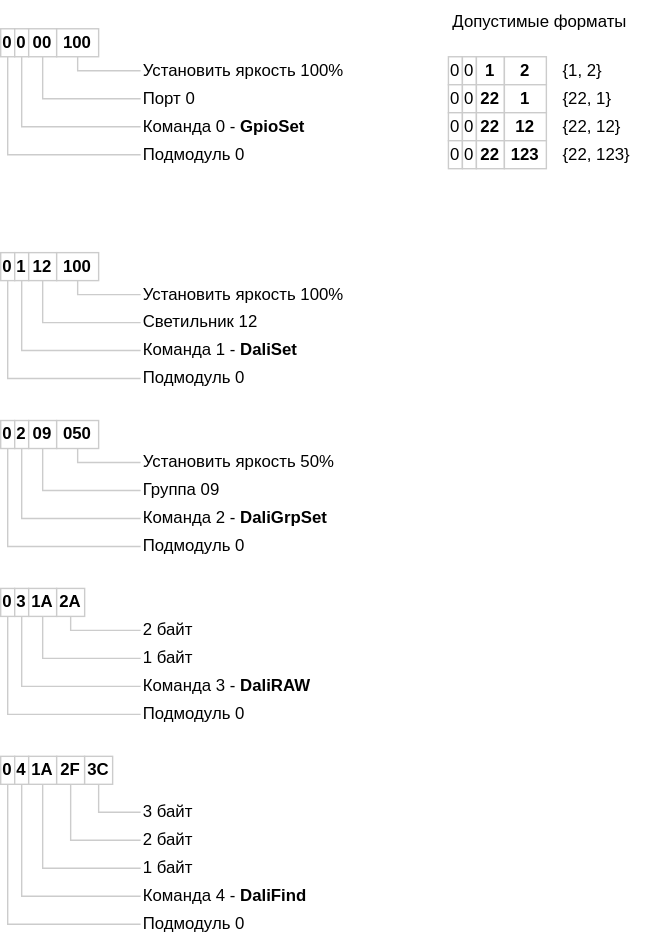
This is docs/light/gpio/direct_command.svg from atitoff/CSH4, a draw.io export, as it was before one commit. Source tidied: cells renumbered, new cells last; positions are measured from the earlier drawing's top-left corner, leaving out a move shared by most shapes.
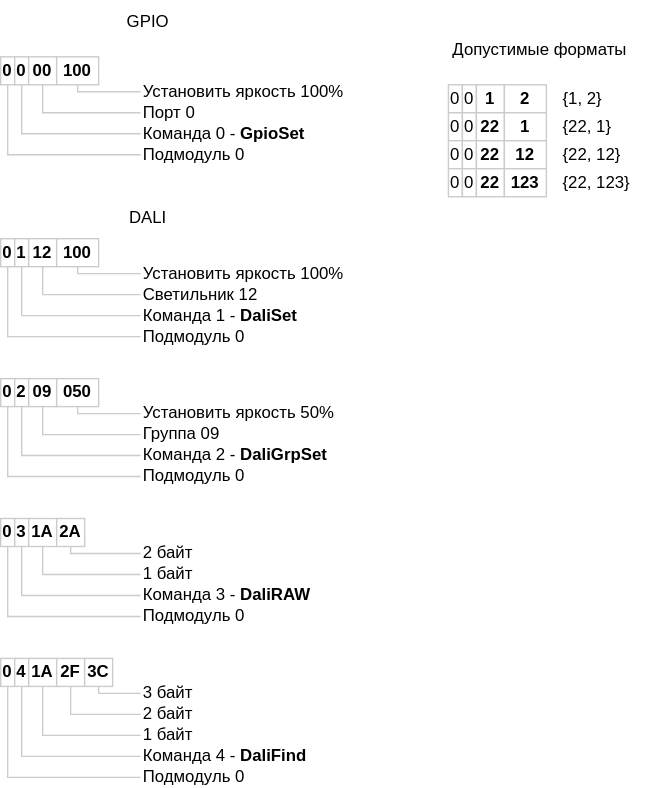
Above is the later version.

Diff of the diagram source:
```diff
@@ -3,82 +3,82 @@
     <mxCell id="0" />
     <mxCell id="1" parent="0" />
     <mxCell id="2" value="Установить яркость 100%" style="rounded=0;whiteSpace=wrap;html=1;fontSize=12;fillColor=none;strokeColor=none;align=left;" parent="1" vertex="1">
-      <mxGeometry x="100" y="40" width="150" height="20" as="geometry" />
+      <mxGeometry x="100" y="40" width="150" height="10" as="geometry" />
     </mxCell>
     <mxCell id="3" value="Порт 0" style="rounded=0;whiteSpace=wrap;html=1;fontSize=12;fillColor=none;strokeColor=none;align=left;" parent="1" vertex="1">
-      <mxGeometry x="100" y="60" width="60" height="20" as="geometry" />
+      <mxGeometry x="100" y="50" width="60" height="20" as="geometry" />
     </mxCell>
     <mxCell id="4" value="Подмодуль 0" style="rounded=0;whiteSpace=wrap;html=1;fontSize=12;fillColor=none;strokeColor=none;align=left;" parent="1" vertex="1">
-      <mxGeometry x="100" y="100" width="90" height="20" as="geometry" />
+      <mxGeometry x="100" y="80" width="90" height="20" as="geometry" />
     </mxCell>
     <mxCell id="5" value="Команда 0 - &lt;b&gt;GpioSet&lt;/b&gt;" style="rounded=0;whiteSpace=wrap;html=1;fontSize=12;fillColor=none;strokeColor=none;align=left;" parent="1" vertex="1">
-      <mxGeometry x="100" y="80" width="140" height="20" as="geometry" />
+      <mxGeometry x="100" y="70" width="140" height="10" as="geometry" />
     </mxCell>
     <mxCell id="6" value="Установить яркость 100%" style="rounded=0;whiteSpace=wrap;html=1;fontSize=12;fillColor=none;strokeColor=none;align=left;" parent="1" vertex="1">
-      <mxGeometry x="100" y="200" width="150" height="20" as="geometry" />
+      <mxGeometry x="100" y="170" width="150" height="10" as="geometry" />
     </mxCell>
     <mxCell id="7" value="Светильник 12" style="rounded=0;whiteSpace=wrap;html=1;fontSize=12;fillColor=none;strokeColor=none;align=left;" parent="1" vertex="1">
-      <mxGeometry x="100" y="220" width="90" height="20" as="geometry" />
+      <mxGeometry x="100" y="180" width="90" height="20" as="geometry" />
     </mxCell>
     <mxCell id="8" value="Подмодуль 0" style="rounded=0;whiteSpace=wrap;html=1;fontSize=12;fillColor=none;strokeColor=none;align=left;" parent="1" vertex="1">
-      <mxGeometry x="100" y="260" width="90" height="20" as="geometry" />
+      <mxGeometry x="100" y="210" width="90" height="20" as="geometry" />
     </mxCell>
     <mxCell id="9" value="Команда 1 - &lt;b&gt;DaliSet&lt;/b&gt;" style="rounded=0;whiteSpace=wrap;html=1;fontSize=12;fillColor=none;strokeColor=none;align=left;" parent="1" vertex="1">
-      <mxGeometry x="100" y="240" width="140" height="20" as="geometry" />
+      <mxGeometry x="100" y="200" width="140" height="10" as="geometry" />
     </mxCell>
     <mxCell id="10" value="Установить яркость 50%" style="rounded=0;whiteSpace=wrap;html=1;fontSize=12;fillColor=none;strokeColor=none;align=left;" parent="1" vertex="1">
-      <mxGeometry x="100" y="320" width="150" height="20" as="geometry" />
+      <mxGeometry x="100" y="270" width="150" height="10" as="geometry" />
     </mxCell>
     <mxCell id="11" value="Группа 09" style="rounded=0;whiteSpace=wrap;html=1;fontSize=12;fillColor=none;strokeColor=none;align=left;" parent="1" vertex="1">
-      <mxGeometry x="100" y="340" width="80" height="20" as="geometry" />
+      <mxGeometry x="100" y="280" width="80" height="20" as="geometry" />
     </mxCell>
     <mxCell id="12" value="Подмодуль 0" style="rounded=0;whiteSpace=wrap;html=1;fontSize=12;fillColor=none;strokeColor=none;align=left;" parent="1" vertex="1">
-      <mxGeometry x="100" y="380" width="90" height="20" as="geometry" />
+      <mxGeometry x="100" y="310" width="90" height="20" as="geometry" />
     </mxCell>
     <mxCell id="13" value="Команда 2 - &lt;b&gt;DaliGrpSet&lt;/b&gt;" style="rounded=0;whiteSpace=wrap;html=1;fontSize=12;fillColor=none;strokeColor=none;align=left;" parent="1" vertex="1">
-      <mxGeometry x="100" y="360" width="140" height="20" as="geometry" />
+      <mxGeometry x="100" y="300" width="140" height="10" as="geometry" />
     </mxCell>
     <mxCell id="14" value="Допустимые форматы" style="text;html=1;align=center;verticalAlign=middle;strokeColor=none;fillColor=none;" parent="1" vertex="1">
       <mxGeometry x="310" width="150" height="30" as="geometry" />
     </mxCell>
     <mxCell id="15" value="2 байт" style="rounded=0;whiteSpace=wrap;html=1;fontSize=12;fillColor=none;strokeColor=none;align=left;" parent="1" vertex="1">
-      <mxGeometry x="100" y="440" width="150" height="20" as="geometry" />
+      <mxGeometry x="100" y="370" width="150" height="10" as="geometry" />
     </mxCell>
     <mxCell id="16" value="1 байт" style="rounded=0;whiteSpace=wrap;html=1;fontSize=12;fillColor=none;strokeColor=none;align=left;" parent="1" vertex="1">
-      <mxGeometry x="100" y="460" width="80" height="20" as="geometry" />
+      <mxGeometry x="100" y="380" width="80" height="20" as="geometry" />
     </mxCell>
     <mxCell id="17" value="Подмодуль 0" style="rounded=0;whiteSpace=wrap;html=1;fontSize=12;fillColor=none;strokeColor=none;align=left;" parent="1" vertex="1">
-      <mxGeometry x="100" y="500" width="90" height="20" as="geometry" />
+      <mxGeometry x="100" y="410" width="90" height="20" as="geometry" />
     </mxCell>
     <mxCell id="18" value="Команда 3 - &lt;b&gt;DaliRAW&lt;/b&gt;" style="rounded=0;whiteSpace=wrap;html=1;fontSize=12;fillColor=none;strokeColor=none;align=left;" parent="1" vertex="1">
-      <mxGeometry x="100" y="480" width="140" height="20" as="geometry" />
+      <mxGeometry x="100" y="400" width="140" height="10" as="geometry" />
     </mxCell>
     <mxCell id="19" value="0" style="rounded=0;whiteSpace=wrap;html=1;strokeColor=#CCCCCC;fontStyle=1;" parent="1" vertex="1">
-      <mxGeometry y="540" width="10" height="20" as="geometry" />
+      <mxGeometry y="450" width="10" height="20" as="geometry" />
     </mxCell>
     <mxCell id="20" value="4" style="rounded=0;whiteSpace=wrap;html=1;strokeColor=#CCCCCC;fontStyle=1;" parent="1" vertex="1">
-      <mxGeometry x="10" y="540" width="10" height="20" as="geometry" />
+      <mxGeometry x="10" y="450" width="10" height="20" as="geometry" />
     </mxCell>
     <mxCell id="21" value="1A" style="rounded=0;whiteSpace=wrap;html=1;strokeColor=#CCCCCC;fontStyle=1;" parent="1" vertex="1">
-      <mxGeometry x="20" y="540" width="20" height="20" as="geometry" />
+      <mxGeometry x="20" y="450" width="20" height="20" as="geometry" />
     </mxCell>
     <mxCell id="22" value="2F" style="rounded=0;whiteSpace=wrap;html=1;strokeColor=#CCCCCC;fontStyle=1;" parent="1" vertex="1">
-      <mxGeometry x="40" y="540" width="20" height="20" as="geometry" />
+      <mxGeometry x="40" y="450" width="20" height="20" as="geometry" />
     </mxCell>
     <mxCell id="23" value="3C" style="rounded=0;whiteSpace=wrap;html=1;strokeColor=#CCCCCC;fontStyle=1;" parent="1" vertex="1">
-      <mxGeometry x="60" y="540" width="20" height="20" as="geometry" />
+      <mxGeometry x="60" y="450" width="20" height="20" as="geometry" />
     </mxCell>
     <mxCell id="24" value="1 байт" style="rounded=0;whiteSpace=wrap;html=1;fontSize=12;fillColor=none;strokeColor=none;align=left;" parent="1" vertex="1">
-      <mxGeometry x="100" y="610" width="90" height="20" as="geometry" />
+      <mxGeometry x="100" y="500" width="90" height="10" as="geometry" />
     </mxCell>
     <mxCell id="25" style="edgeStyle=orthogonalEdgeStyle;rounded=0;jettySize=auto;html=1;exitX=0;exitY=0.5;exitDx=0;exitDy=0;entryX=0.5;entryY=1;entryDx=0;entryDy=0;endArrow=none;endFill=0;strokeColor=#CCCCCC;" parent="1" edge="1" source="26" target="23">
       <mxGeometry relative="1" as="geometry" />
     </mxCell>
     <mxCell id="26" value="3 байт" style="rounded=0;whiteSpace=wrap;html=1;fontSize=12;fillColor=none;strokeColor=none;align=left;" parent="1" vertex="1">
-      <mxGeometry x="100" y="570" width="90" height="20" as="geometry" />
+      <mxGeometry x="100" y="470" width="90" height="10" as="geometry" />
     </mxCell>
     <mxCell id="27" value="2 байт" style="rounded=0;whiteSpace=wrap;html=1;fontSize=12;fillColor=none;strokeColor=none;align=left;" parent="1" vertex="1">
-      <mxGeometry x="100" y="590" width="90" height="20" as="geometry" />
+      <mxGeometry x="100" y="480" width="90" height="20" as="geometry" />
     </mxCell>
     <mxCell id="28" style="edgeStyle=orthogonalEdgeStyle;rounded=0;jettySize=auto;html=1;exitX=0;exitY=0.5;exitDx=0;exitDy=0;entryX=0.5;entryY=1;entryDx=0;entryDy=0;endArrow=none;endFill=0;strokeColor=#CCCCCC;" parent="1" edge="1" source="27" target="22">
       <mxGeometry relative="1" as="geometry" />
@@ -87,10 +87,10 @@
       <mxGeometry relative="1" as="geometry" />
     </mxCell>
     <mxCell id="30" value="Подмодуль 0" style="rounded=0;whiteSpace=wrap;html=1;fontSize=12;fillColor=none;strokeColor=none;align=left;" parent="1" vertex="1">
-      <mxGeometry x="100" y="650" width="90" height="20" as="geometry" />
+      <mxGeometry x="100" y="530" width="90" height="10" as="geometry" />
     </mxCell>
     <mxCell id="31" value="Команда 4 - &lt;b&gt;DaliFind&lt;/b&gt;" style="rounded=0;whiteSpace=wrap;html=1;fontSize=12;fillColor=none;strokeColor=none;align=left;" parent="1" vertex="1">
-      <mxGeometry x="100" y="630" width="140" height="20" as="geometry" />
+      <mxGeometry x="100" y="510" width="140" height="20" as="geometry" />
     </mxCell>
     <mxCell id="32" style="edgeStyle=orthogonalEdgeStyle;rounded=0;jettySize=auto;html=1;exitX=0;exitY=0.5;exitDx=0;exitDy=0;entryX=0.5;entryY=1;entryDx=0;entryDy=0;endArrow=none;endFill=0;strokeColor=#CCCCCC;" parent="1" edge="1" source="31" target="20">
       <mxGeometry relative="1" as="geometry" />
@@ -99,21 +99,21 @@
       <mxGeometry relative="1" as="geometry" />
     </mxCell>
     <mxCell id="34" value="0" style="rounded=0;whiteSpace=wrap;html=1;strokeColor=#CCCCCC;fontStyle=1;" parent="1" vertex="1">
-      <mxGeometry y="420" width="10" height="20" as="geometry" />
+      <mxGeometry y="350" width="10" height="20" as="geometry" />
     </mxCell>
     <mxCell id="35" value="3" style="rounded=0;whiteSpace=wrap;html=1;strokeColor=#CCCCCC;fontStyle=1;" parent="1" vertex="1">
-      <mxGeometry x="10" y="420" width="10" height="20" as="geometry" />
+      <mxGeometry x="10" y="350" width="10" height="20" as="geometry" />
     </mxCell>
     <mxCell id="36" value="1A" style="rounded=0;whiteSpace=wrap;html=1;strokeColor=#CCCCCC;fontStyle=1;" parent="1" vertex="1">
-      <mxGeometry x="20" y="420" width="20" height="20" as="geometry" />
+      <mxGeometry x="20" y="350" width="20" height="20" as="geometry" />
     </mxCell>
     <mxCell id="37" value="2A" style="rounded=0;whiteSpace=wrap;html=1;strokeColor=#CCCCCC;fontStyle=1;" parent="1" vertex="1">
-      <mxGeometry x="40" y="420" width="20" height="20" as="geometry" />
+      <mxGeometry x="40" y="350" width="20" height="20" as="geometry" />
     </mxCell>
     <mxCell id="38" style="edgeStyle=orthogonalEdgeStyle;rounded=0;jettySize=auto;html=1;exitX=0;exitY=0.5;exitDx=0;exitDy=0;entryX=0.5;entryY=1;entryDx=0;entryDy=0;endArrow=none;endFill=0;strokeColor=#CCCCCC;" parent="1" edge="1" source="15" target="37">
       <mxGeometry relative="1" as="geometry">
         <Array as="points">
-          <mxPoint x="50" y="450" />
+          <mxPoint x="50" y="375" />
         </Array>
       </mxGeometry>
     </mxCell>
@@ -127,21 +127,21 @@
       <mxGeometry relative="1" as="geometry" />
     </mxCell>
     <mxCell id="42" value="0" style="rounded=0;whiteSpace=wrap;html=1;strokeColor=#CCCCCC;fontStyle=1;" parent="1" vertex="1">
-      <mxGeometry y="300" width="10" height="20" as="geometry" />
+      <mxGeometry y="250" width="10" height="20" as="geometry" />
     </mxCell>
     <mxCell id="43" value="2" style="rounded=0;whiteSpace=wrap;html=1;strokeColor=#CCCCCC;fontStyle=1;" parent="1" vertex="1">
-      <mxGeometry x="10" y="300" width="10" height="20" as="geometry" />
+      <mxGeometry x="10" y="250" width="10" height="20" as="geometry" />
     </mxCell>
     <mxCell id="44" value="09" style="rounded=0;whiteSpace=wrap;html=1;strokeColor=#CCCCCC;fontStyle=1;" parent="1" vertex="1">
-      <mxGeometry x="20" y="300" width="20" height="20" as="geometry" />
+      <mxGeometry x="20" y="250" width="20" height="20" as="geometry" />
     </mxCell>
     <mxCell id="45" value="050" style="rounded=0;whiteSpace=wrap;html=1;strokeColor=#CCCCCC;fontStyle=1;" parent="1" vertex="1">
-      <mxGeometry x="40" y="300" width="30" height="20" as="geometry" />
+      <mxGeometry x="40" y="250" width="30" height="20" as="geometry" />
     </mxCell>
     <mxCell id="46" style="edgeStyle=orthogonalEdgeStyle;rounded=0;jettySize=auto;html=1;exitX=0;exitY=0.5;exitDx=0;exitDy=0;entryX=0.5;entryY=1;entryDx=0;entryDy=0;endArrow=none;endFill=0;strokeColor=#CCCCCC;" parent="1" edge="1" source="10" target="45">
       <mxGeometry relative="1" as="geometry">
         <Array as="points">
-          <mxPoint x="55" y="330" />
+          <mxPoint x="55" y="275" />
         </Array>
       </mxGeometry>
     </mxCell>
@@ -155,42 +155,42 @@
       <mxGeometry relative="1" as="geometry" />
     </mxCell>
     <mxCell id="50" value="0" style="rounded=0;whiteSpace=wrap;html=1;strokeColor=#CCCCCC;fontStyle=1;" parent="1" vertex="1">
-      <mxGeometry y="180" width="10" height="20" as="geometry" />
+      <mxGeometry y="150" width="10" height="20" as="geometry" />
     </mxCell>
     <mxCell id="51" value="1" style="rounded=0;whiteSpace=wrap;html=1;strokeColor=#CCCCCC;fontStyle=1;" parent="1" vertex="1">
-      <mxGeometry x="10" y="180" width="10" height="20" as="geometry" />
+      <mxGeometry x="10" y="150" width="10" height="20" as="geometry" />
     </mxCell>
     <mxCell id="52" value="12" style="rounded=0;whiteSpace=wrap;html=1;strokeColor=#CCCCCC;fontStyle=1;" parent="1" vertex="1">
-      <mxGeometry x="20" y="180" width="20" height="20" as="geometry" />
+      <mxGeometry x="20" y="150" width="20" height="20" as="geometry" />
     </mxCell>
     <mxCell id="53" value="100" style="rounded=0;whiteSpace=wrap;html=1;strokeColor=#CCCCCC;fontStyle=1;" parent="1" vertex="1">
-      <mxGeometry x="40" y="180" width="30" height="20" as="geometry" />
+      <mxGeometry x="40" y="150" width="30" height="20" as="geometry" />
     </mxCell>
     <mxCell id="54" style="edgeStyle=orthogonalEdgeStyle;rounded=0;jettySize=auto;html=1;exitX=0;exitY=0.5;exitDx=0;exitDy=0;entryX=0.5;entryY=1;entryDx=0;entryDy=0;endArrow=none;endFill=0;strokeColor=#CCCCCC;" parent="1" edge="1" source="6" target="53">
       <mxGeometry relative="1" as="geometry">
         <Array as="points">
-          <mxPoint x="55" y="210" />
+          <mxPoint x="55" y="175" />
         </Array>
       </mxGeometry>
     </mxCell>
     <mxCell id="55" style="edgeStyle=orthogonalEdgeStyle;rounded=0;jettySize=auto;html=1;exitX=0;exitY=0.5;exitDx=0;exitDy=0;entryX=0.5;entryY=1;entryDx=0;entryDy=0;endArrow=none;endFill=0;strokeColor=#CCCCCC;" parent="1" edge="1" source="7" target="52">
       <mxGeometry relative="1" as="geometry">
         <Array as="points">
-          <mxPoint x="30" y="230" />
+          <mxPoint x="30" y="190" />
         </Array>
       </mxGeometry>
     </mxCell>
     <mxCell id="56" style="edgeStyle=orthogonalEdgeStyle;rounded=0;jettySize=auto;html=1;exitX=0;exitY=0.5;exitDx=0;exitDy=0;entryX=0.5;entryY=1;entryDx=0;entryDy=0;endArrow=none;endFill=0;strokeColor=#CCCCCC;" parent="1" edge="1" source="9" target="51">
       <mxGeometry relative="1" as="geometry">
         <Array as="points">
-          <mxPoint x="15" y="250" />
+          <mxPoint x="15" y="205" />
         </Array>
       </mxGeometry>
     </mxCell>
     <mxCell id="57" style="edgeStyle=orthogonalEdgeStyle;rounded=0;jettySize=auto;html=1;exitX=0;exitY=0.5;exitDx=0;exitDy=0;entryX=0.5;entryY=1;entryDx=0;entryDy=0;endArrow=none;endFill=0;strokeColor=#CCCCCC;" parent="1" edge="1" source="8" target="50">
       <mxGeometry relative="1" as="geometry">
         <Array as="points">
-          <mxPoint x="5" y="270" />
+          <mxPoint x="5" y="220" />
         </Array>
       </mxGeometry>
     </mxCell>
@@ -206,35 +206,31 @@
     <mxCell id="61" value="100" style="rounded=0;whiteSpace=wrap;html=1;strokeColor=#CCCCCC;fontStyle=1;" parent="1" vertex="1">
       <mxGeometry x="40" y="20" width="30" height="20" as="geometry" />
     </mxCell>
-    <mxCell id="62" style="edgeStyle=orthogonalEdgeStyle;rounded=0;jettySize=auto;html=1;exitX=0;exitY=0.5;exitDx=0;exitDy=0;entryX=0.5;entryY=1;entryDx=0;entryDy=0;endArrow=none;endFill=0;strokeColor=#CCCCCC;" parent="1" edge="1" target="61">
+    <mxCell id="62" style="edgeStyle=orthogonalEdgeStyle;rounded=0;jettySize=auto;html=1;entryX=0.5;entryY=1;entryDx=0;entryDy=0;endArrow=none;endFill=0;strokeColor=#CCCCCC;exitX=0;exitY=0.5;exitDx=0;exitDy=0;" parent="1" edge="1" source="2" target="61">
       <mxGeometry relative="1" as="geometry">
-        <mxPoint x="100" y="50" as="sourcePoint" />
         <Array as="points">
-          <mxPoint x="55" y="50" />
+          <mxPoint x="55" y="45" />
         </Array>
       </mxGeometry>
     </mxCell>
-    <mxCell id="63" style="edgeStyle=orthogonalEdgeStyle;rounded=0;jettySize=auto;html=1;exitX=0;exitY=0.5;exitDx=0;exitDy=0;entryX=0.5;entryY=1;entryDx=0;entryDy=0;endArrow=none;endFill=0;strokeColor=#CCCCCC;" parent="1" edge="1" target="60">
+    <mxCell id="63" style="edgeStyle=orthogonalEdgeStyle;rounded=0;jettySize=auto;html=1;exitX=0;exitY=0.5;exitDx=0;exitDy=0;entryX=0.5;entryY=1;entryDx=0;entryDy=0;endArrow=none;endFill=0;strokeColor=#CCCCCC;" parent="1" edge="1" source="3" target="60">
       <mxGeometry relative="1" as="geometry">
-        <mxPoint x="100" y="70" as="sourcePoint" />
         <Array as="points">
-          <mxPoint x="30" y="70" />
+          <mxPoint x="30" y="60" />
         </Array>
       </mxGeometry>
     </mxCell>
-    <mxCell id="64" style="edgeStyle=orthogonalEdgeStyle;rounded=0;jettySize=auto;html=1;exitX=0;exitY=0.5;exitDx=0;exitDy=0;entryX=0.5;entryY=1;entryDx=0;entryDy=0;endArrow=none;endFill=0;strokeColor=#CCCCCC;" parent="1" edge="1" target="59">
+    <mxCell id="64" style="edgeStyle=orthogonalEdgeStyle;rounded=0;jettySize=auto;html=1;exitX=0;exitY=0.5;exitDx=0;exitDy=0;entryX=0.5;entryY=1;entryDx=0;entryDy=0;endArrow=none;endFill=0;strokeColor=#CCCCCC;" parent="1" edge="1" source="5" target="59">
       <mxGeometry relative="1" as="geometry">
-        <mxPoint x="100" y="90" as="sourcePoint" />
         <Array as="points">
-          <mxPoint x="15" y="90" />
+          <mxPoint x="15" y="75" />
         </Array>
       </mxGeometry>
     </mxCell>
-    <mxCell id="65" style="edgeStyle=orthogonalEdgeStyle;rounded=0;jettySize=auto;html=1;exitX=0;exitY=0.5;exitDx=0;exitDy=0;entryX=0.5;entryY=1;entryDx=0;entryDy=0;endArrow=none;endFill=0;strokeColor=#CCCCCC;" parent="1" edge="1" target="58">
+    <mxCell id="65" style="edgeStyle=orthogonalEdgeStyle;rounded=0;jettySize=auto;html=1;exitX=0;exitY=0.5;exitDx=0;exitDy=0;entryX=0.5;entryY=1;entryDx=0;entryDy=0;endArrow=none;endFill=0;strokeColor=#CCCCCC;" parent="1" edge="1" source="4" target="58">
       <mxGeometry relative="1" as="geometry">
-        <mxPoint x="100" y="110" as="sourcePoint" />
         <Array as="points">
-          <mxPoint x="5" y="110" />
+          <mxPoint x="5" y="90" />
         </Array>
       </mxGeometry>
     </mxCell>
@@ -298,5 +294,11 @@
     <mxCell id="85" value="&lt;span style=&quot;&quot;&gt;{22, 123}&lt;/span&gt;" style="rounded=0;whiteSpace=wrap;html=1;strokeColor=none;fillColor=none;align=left;" parent="1" vertex="1">
       <mxGeometry x="400" y="100" width="60" height="20" as="geometry" />
     </mxCell>
+    <mxCell id="86" value="GPIO" style="text;html=1;align=center;verticalAlign=middle;strokeColor=none;fillColor=none;" parent="1" vertex="1">
+      <mxGeometry x="80" y="-20" width="50" height="30" as="geometry" />
+    </mxCell>
+    <mxCell id="87" value="DALI" style="text;html=1;align=center;verticalAlign=middle;strokeColor=none;fillColor=none;" parent="1" vertex="1">
+      <mxGeometry x="80" y="120" width="50" height="30" as="geometry" />
+    </mxCell>
   </root>
 </mxGraphModel>
```
